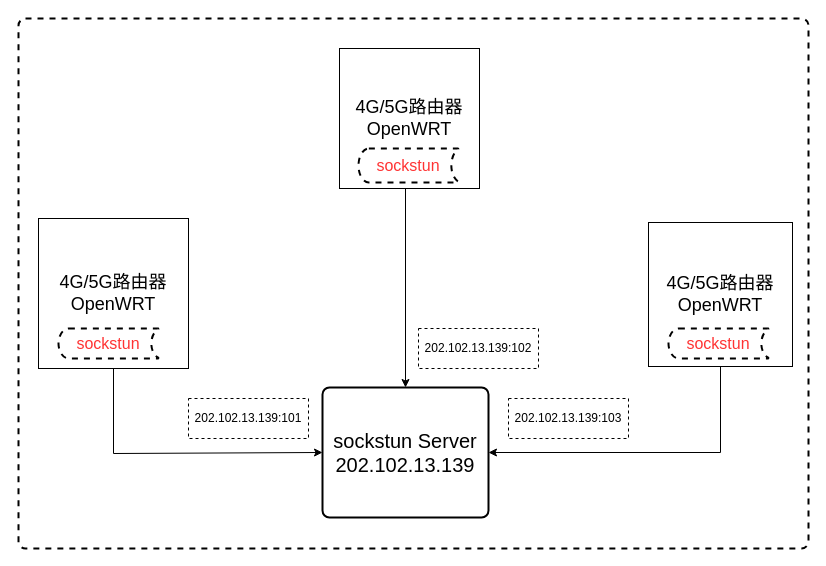
Before: sockstun.drawio in nxtreaming/andy_study, a draw.io diagram. Source tidied: cells renumbered, new cells numbered last; positions are measured from the earlier drawing's top-left corner, leaving out a move shared by most shapes. Both pictures are drawn from the tidied source at 100%, with x=0, y=0 at pixel (18, 18).
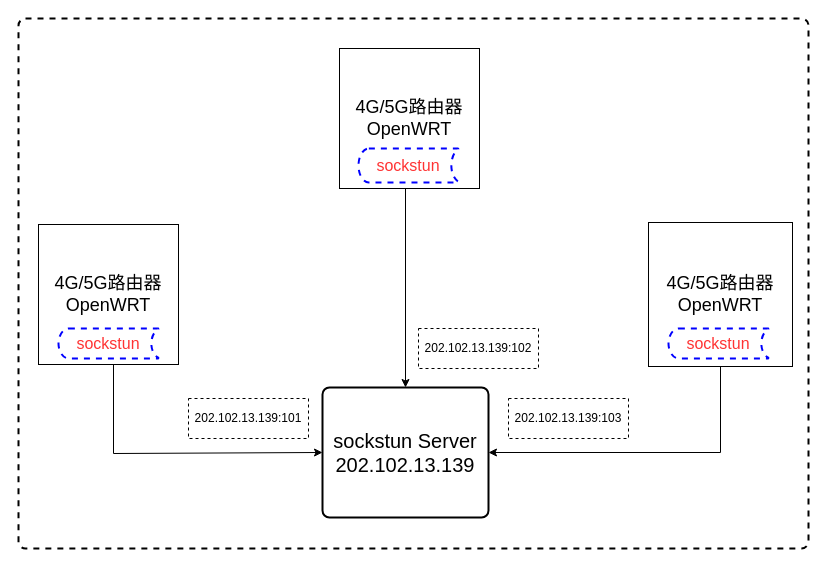
After the change.

Change to the diagram source:
```diff
@@
 <mxGraphModel>
   <root>
     <mxCell id="0" />
     <mxCell id="1" parent="0" />
     <mxCell id="2" style="rounded=1;whiteSpace=wrap;html=1;absoluteArcSize=1;arcSize=14;strokeWidth=2;dashed=1;" parent="1" vertex="1">
       <mxGeometry width="790" height="530" as="geometry" />
     </mxCell>
     <mxCell id="3" style="edgeStyle=orthogonalEdgeStyle;rounded=0;jettySize=auto;html=1;entryX=0;entryY=0.5;entryDx=0;entryDy=0;" parent="1" edge="1" source="4" target="12">
       <mxGeometry relative="1" as="geometry">
         <Array as="points">
           <mxPoint x="95" y="435" />
         </Array>
       </mxGeometry>
     </mxCell>
     <mxCell id="4" value="4G/5G路由器&lt;br style=&quot;font-size: 18px;&quot;&gt;OpenWRT" style="whiteSpace=wrap;html=1;fontSize=18;" parent="1" vertex="1">
-      <mxGeometry x="20" y="200" width="150" height="150" as="geometry" />
+      <mxGeometry x="20" y="206" width="140" height="140" as="geometry" />
     </mxCell>
-    <mxCell id="5" value="&lt;font color=&quot;#ff3333&quot; style=&quot;font-size: 16px;&quot;&gt;sockstun&lt;/font&gt;" style="strokeWidth=2;html=1;shape=mxgraph.flowchart.stored_data;whiteSpace=wrap;dashed=1;strokeColor=default;" parent="1" vertex="1">
+    <mxCell id="5" value="&lt;font color=&quot;#ff3333&quot; style=&quot;font-size: 16px;&quot;&gt;sockstun&lt;/font&gt;" style="strokeWidth=2;html=1;shape=mxgraph.flowchart.stored_data;whiteSpace=wrap;dashed=1;strokeColor=#0000FF;" parent="1" vertex="1">
       <mxGeometry x="40" y="310" width="100" height="30" as="geometry" />
     </mxCell>
     <mxCell id="6" style="edgeStyle=orthogonalEdgeStyle;rounded=0;jettySize=auto;html=1;exitX=0.5;exitY=1;exitDx=0;exitDy=0;entryX=0.5;entryY=0;entryDx=0;entryDy=0;" parent="1" edge="1" source="7" target="12">
       <mxGeometry relative="1" as="geometry">
         <Array as="points">
           <mxPoint x="387" y="116" />
         </Array>
       </mxGeometry>
     </mxCell>
     <mxCell id="7" value="4G/5G路由器&lt;br style=&quot;font-size: 18px;&quot;&gt;OpenWRT" style="whiteSpace=wrap;html=1;fontSize=18;" parent="1" vertex="1">
       <mxGeometry x="321" y="30" width="140" height="140" as="geometry" />
     </mxCell>
-    <mxCell id="8" value="&lt;font color=&quot;#ff3333&quot; style=&quot;font-size: 16px;&quot;&gt;sockstun&lt;/font&gt;" style="strokeWidth=2;html=1;shape=mxgraph.flowchart.stored_data;whiteSpace=wrap;dashed=1;" parent="1" vertex="1">
+    <mxCell id="8" value="&lt;font color=&quot;#ff3333&quot; style=&quot;font-size: 16px;&quot;&gt;sockstun&lt;/font&gt;" style="strokeWidth=2;html=1;shape=mxgraph.flowchart.stored_data;whiteSpace=wrap;dashed=1;strokeColor=#0000FF;" parent="1" vertex="1">
       <mxGeometry x="340" y="130" width="100" height="34" as="geometry" />
     </mxCell>
     <mxCell id="9" style="edgeStyle=orthogonalEdgeStyle;rounded=0;jettySize=auto;html=1;exitX=0.5;exitY=1;exitDx=0;exitDy=0;entryX=1;entryY=0.5;entryDx=0;entryDy=0;" parent="1" edge="1" source="10" target="12">
       <mxGeometry relative="1" as="geometry" />
     </mxCell>
     <mxCell id="10" value="4G/5G路由器&lt;br style=&quot;font-size: 18px;&quot;&gt;OpenWRT" style="whiteSpace=wrap;html=1;fontSize=18;" parent="1" vertex="1">
       <mxGeometry x="630" y="204" width="144" height="144" as="geometry" />
     </mxCell>
-    <mxCell id="11" value="&lt;font color=&quot;#ff3333&quot; style=&quot;font-size: 16px;&quot;&gt;sockstun&lt;/font&gt;" style="strokeWidth=2;html=1;shape=mxgraph.flowchart.stored_data;whiteSpace=wrap;dashed=1;" parent="1" vertex="1">
+    <mxCell id="11" value="&lt;font color=&quot;#ff3333&quot; style=&quot;font-size: 16px;&quot;&gt;sockstun&lt;/font&gt;" style="strokeWidth=2;html=1;shape=mxgraph.flowchart.stored_data;whiteSpace=wrap;dashed=1;strokeColor=#0000FF;" parent="1" vertex="1">
       <mxGeometry x="650" y="310" width="100" height="30" as="geometry" />
     </mxCell>
     <mxCell id="12" value="&lt;font style=&quot;font-size: 20px;&quot;&gt;sockstun Server&lt;br&gt;202.102.13.139&lt;br&gt;&lt;/font&gt;" style="rounded=1;whiteSpace=wrap;html=1;absoluteArcSize=1;arcSize=14;strokeWidth=2;" parent="1" vertex="1">
       <mxGeometry x="304" y="369" width="166" height="130" as="geometry" />
     </mxCell>
     <mxCell id="13" value="202.102.13.139:101" style="rounded=0;whiteSpace=wrap;html=1;dashed=1;" parent="1" vertex="1">
       <mxGeometry x="170" y="380" width="120" height="40" as="geometry" />
     </mxCell>
     <mxCell id="14" value="202.102.13.139:102" style="rounded=0;whiteSpace=wrap;html=1;dashed=1;" parent="1" vertex="1">
       <mxGeometry x="400" y="310" width="120" height="40" as="geometry" />
     </mxCell>
     <mxCell id="15" value="202.102.13.139:103" style="rounded=0;whiteSpace=wrap;html=1;strokeColor=default;dashed=1;" parent="1" vertex="1">
       <mxGeometry x="490" y="380" width="120" height="40" as="geometry" />
     </mxCell>
     <mxCell id="16" style="edgeStyle=orthogonalEdgeStyle;rounded=0;orthogonalLoop=1;jettySize=auto;html=1;exitX=0.5;exitY=1;exitDx=0;exitDy=0;" parent="1" edge="1" source="15" target="15">
       <mxGeometry relative="1" as="geometry" />
     </mxCell>
   </root>
 </mxGraphModel>
```
